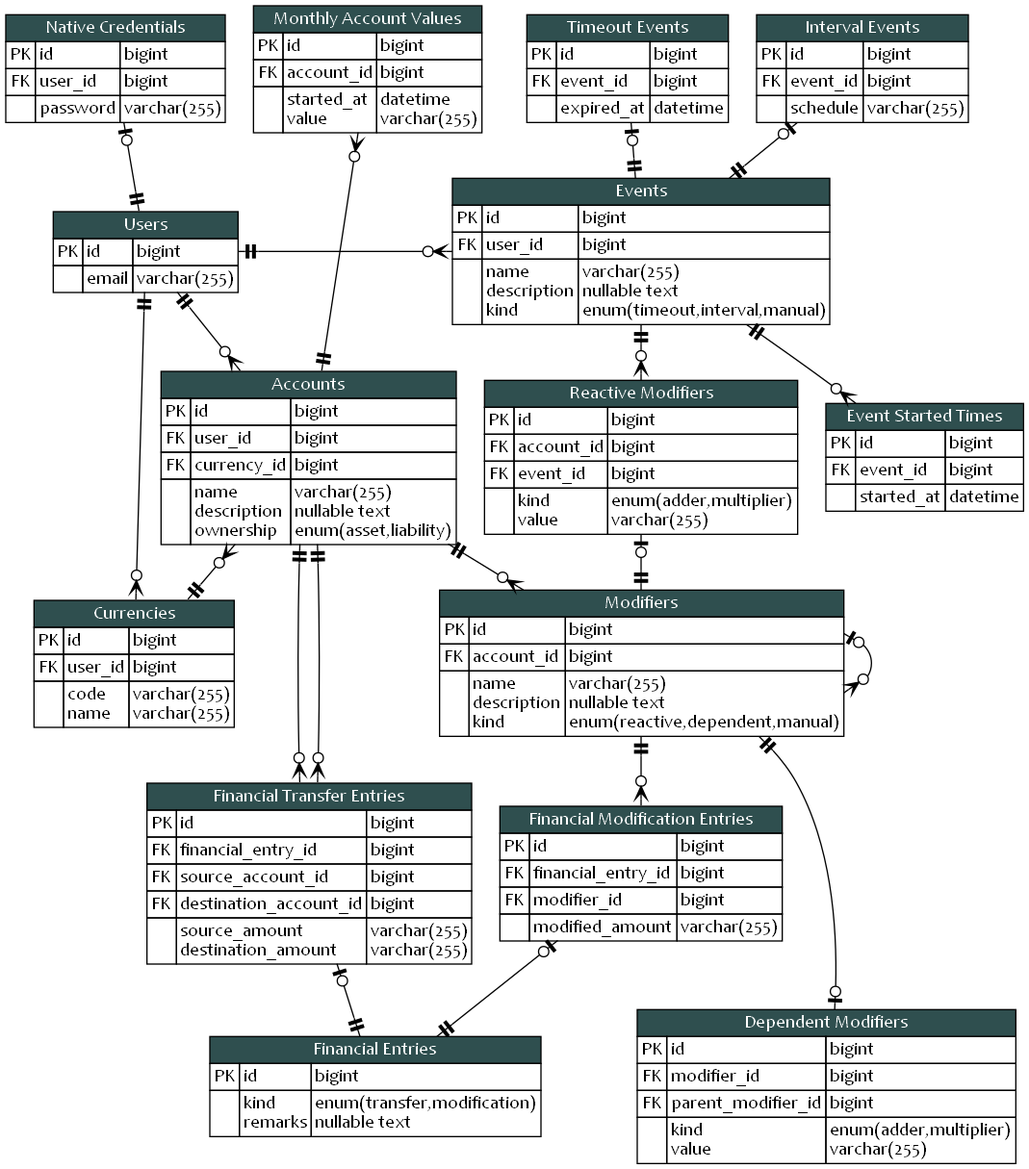
The Graphviz diagram blueprint/erd.png in KennethTrecy/peratorakka_server, before a commit. Its source is kept beside it as blueprint/erd.dot.
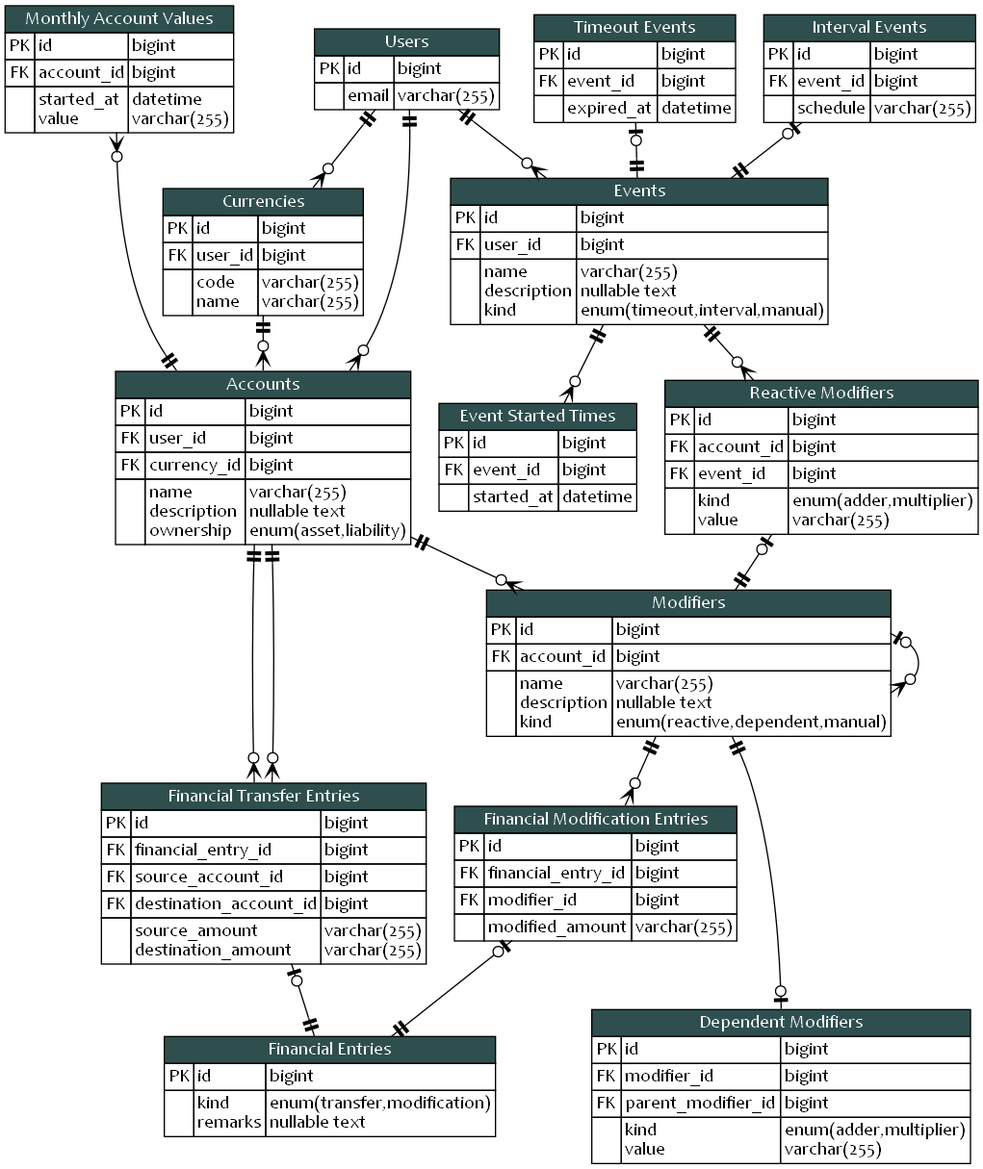
After the change.

Commit message:
docs(blueprint): remove native credentials in the ERD

Diff of the diagram source:
```diff
@@ -25,38 +25,6 @@
 					<td></td>
 					<td>
 						email<br align="left"/>
-					</td>
-					<td>
-						varchar(255)<br align="left"/>
-					</td>
-				</tr>
-			</table>
-			>
-		]
-		native_credentials [
-			label = <
-			<table cellspacing="0" border="0" cellborder="1">
-				<tr>
-					<td colspan="3" bgcolor="darkslategray">
-						<font color="white">
-							Native Credentials
-						</font>
-					</td>
-				</tr>
-				<tr>
-					<td>PK</td>
-					<td align="left">id</td>
-					<td align="left">bigint</td>
-				</tr>
-				<tr>
-					<td>FK</td>
-					<td align="left">user_id</td>
-					<td align="left">bigint</td>
-				</tr>
-				<tr>
-					<td></td>
-					<td>
-						password<br align="left"/>
 					</td>
 					<td>
 						varchar(255)<br align="left"/>
@@ -539,7 +507,6 @@
 			arrowtail = noneteetee
 		]
 
-		users -> native_credentials
 		events -> timeout_events
 		events -> interval_events
 		modifiers -> reactive_modifiers
@@ -578,15 +545,15 @@
 
 	{
 		rank = source;
-		native_credentials
 		timeout_events
 		interval_events
+		users
 		monthly_account_values
 	}
 
 	{
 		rank = same;
-		users
+		currencies
 		events
 	}
 
@@ -599,7 +566,6 @@
 
 	{
 		rank = same;
-		currencies
 		modifiers
 	}
 
```
